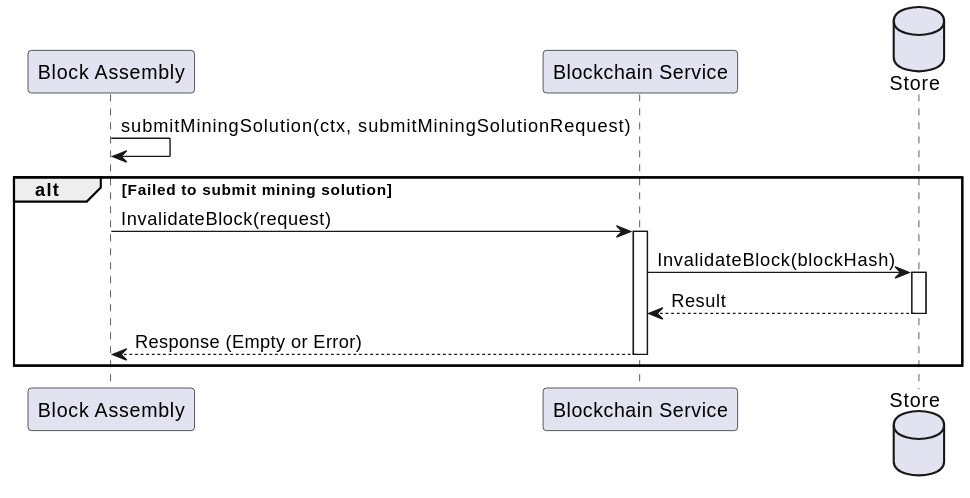
Before: docs/services/img/plantuml/blockchain/blockchain_invalidate_block.svg, a diagram exported from PlantUML (freemans13/teranode). Its source is kept beside it as docs/services/img/plantuml/blockchain/blockchain_invalidate_block.puml. Source of this version:
```plantuml
@startuml
participant "Block Assembly" as Client
participant "Blockchain Service" as Blockchain
database "Store" as Store

Client -> Client: submitMiningSolution(ctx, submitMiningSolutionRequest)

alt Failed to submit mining solution
    Client -> Blockchain: InvalidateBlock(request)
    activate Blockchain
    Blockchain -> Store: InvalidateBlock(blockHash)
    activate Store
    Store --> Blockchain: Result
    deactivate Store
    Blockchain --> Client: Response (Empty or Error)
    deactivate Blockchain
end

@enduml
```
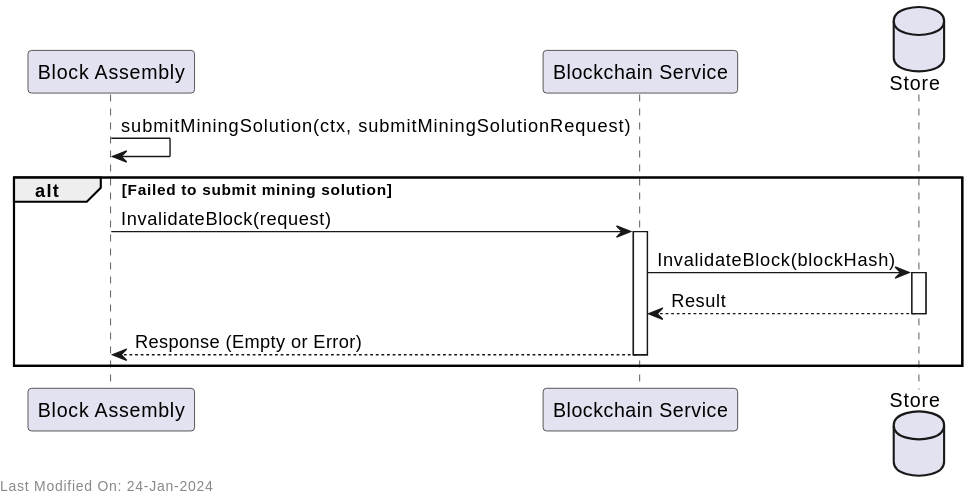
Above is the later version.

Change to the diagram source:
```diff
@@ -16,4 +16,6 @@
     deactivate Blockchain
 end
 
+left footer Last Modified On: 24-Jan-2024
+
 @enduml
```
